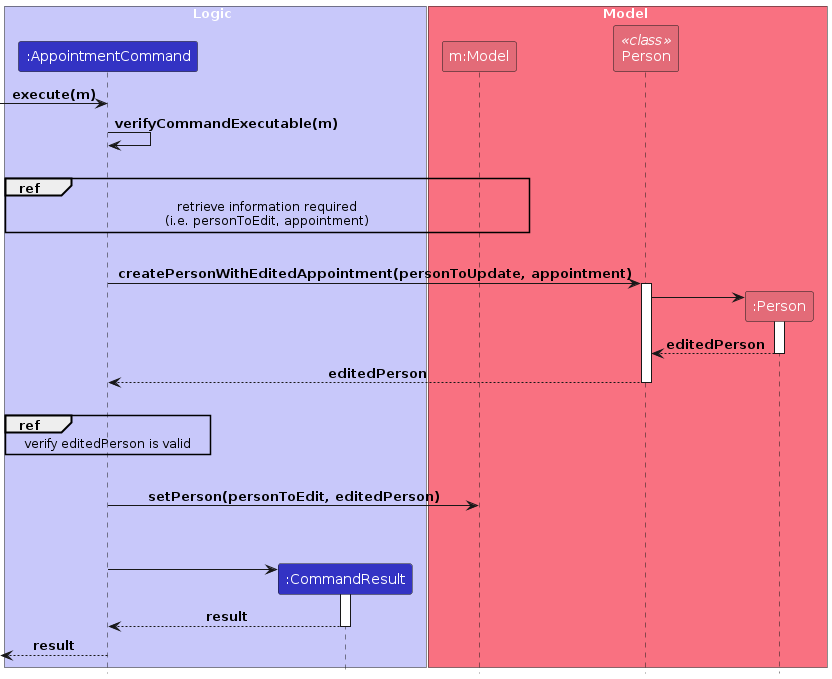
The PlantUML diagram diagrams/appointment-feature/ExecutedAppointmentSequenceDiagram.png in yucongkoo/tp, before a commit. Its source is kept beside it as diagrams/appointment-feature/ExecutedAppointmentSequenceDiagram.puml.
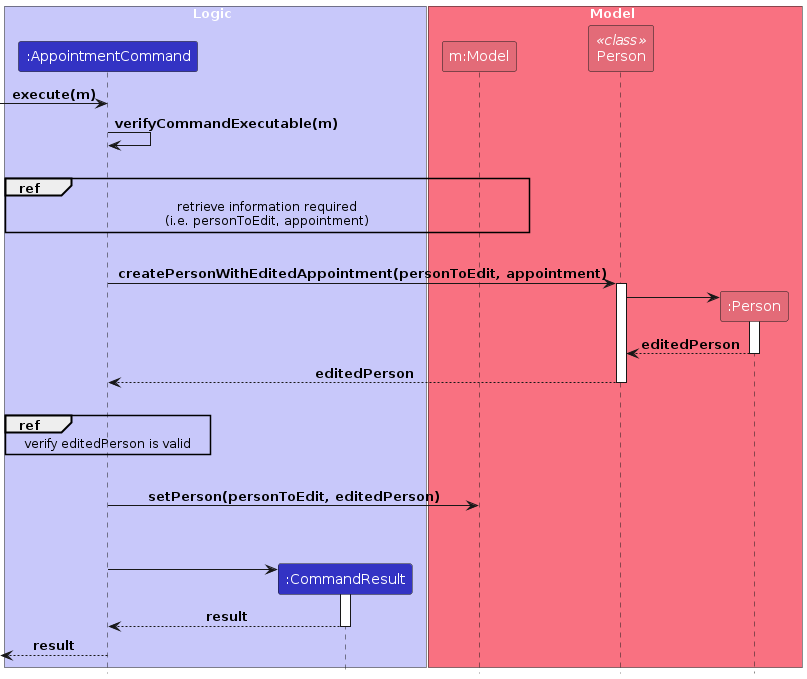
Later version of the same file.

Change to the diagram source:
```diff
@@ -19,7 +19,7 @@
 ref over AppointmentCommand, Model: retrieve information required\n(i.e. personToEdit, appointment)
 |||
 
-AppointmentCommand -> PersonClass: createPersonWithEditedAppointment(personToUpdate, appointment)
+AppointmentCommand -> PersonClass: createPersonWithEditedAppointment(personToEdit, appointment)
 activate PersonClass
 
 create Person
```
